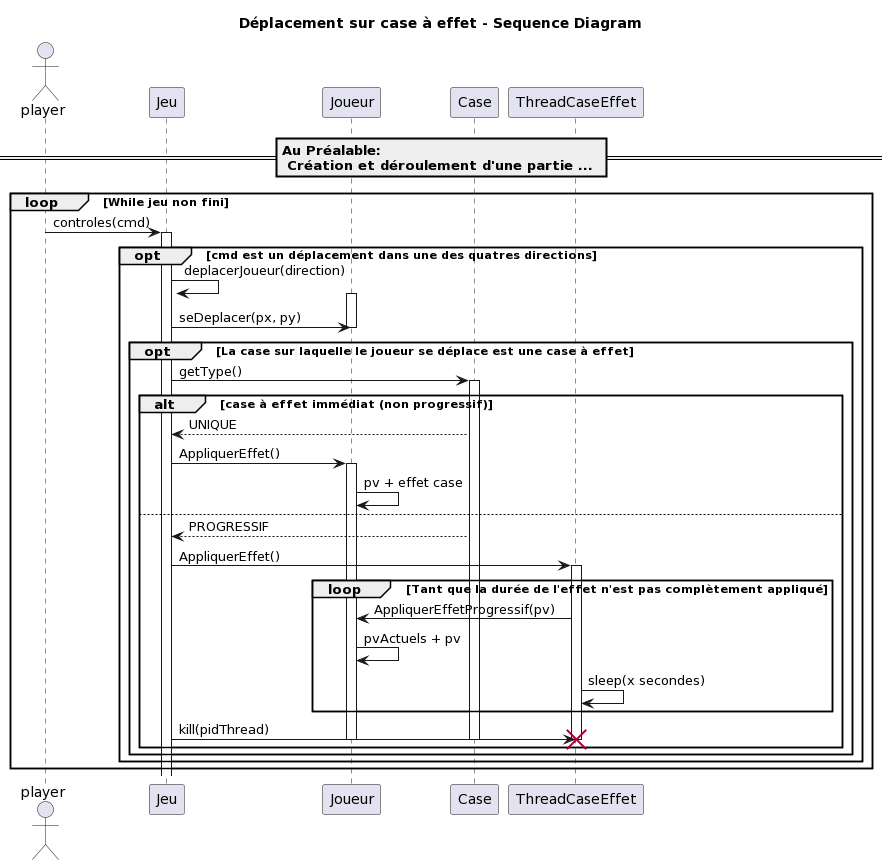
This is documents/sprint_1/diagramme_sequence/diagramme_déplacement_case_effet.png from rzepka2u/ACL_daedalus, a PlantUML export, as it was before one commit.
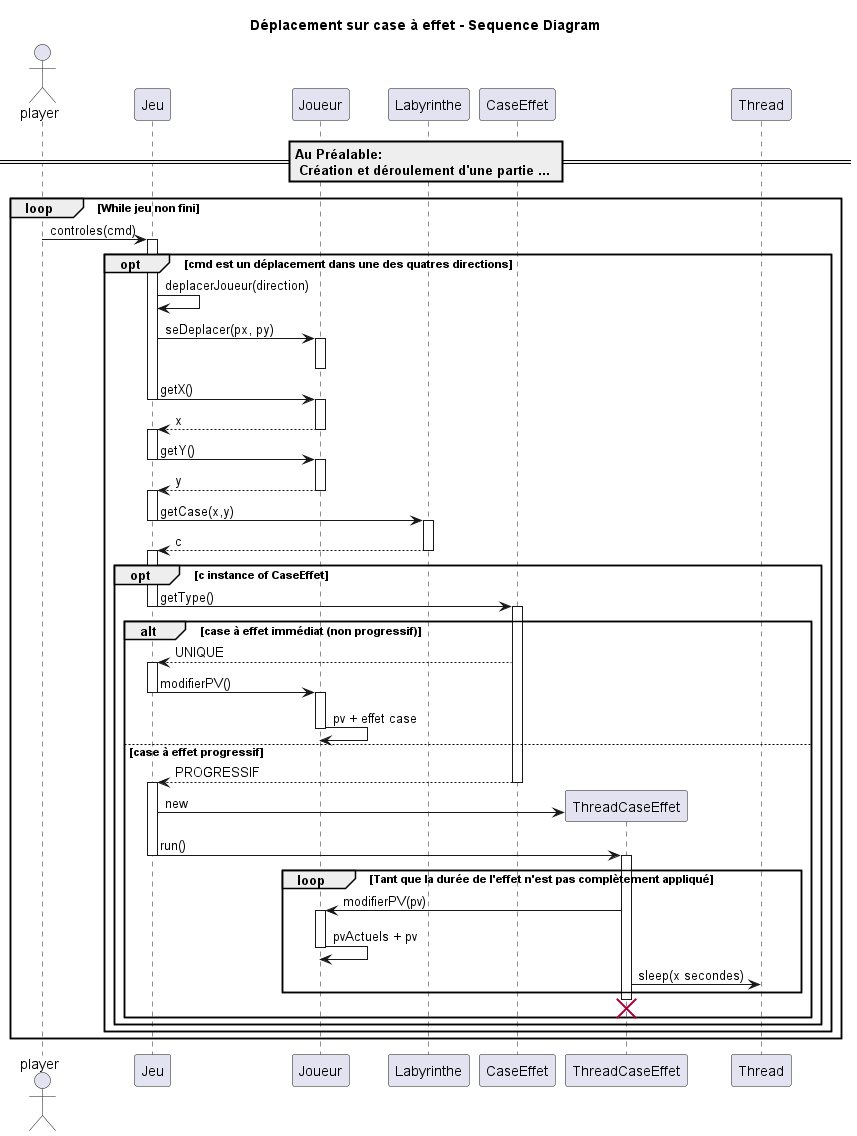
After the commit.

Commit message:
Correction diagramme séquence case à effets

What changed in the source:
```diff
@@ -8,29 +8,55 @@
 	opt cmd est un déplacement dans une des quatres directions
 		activate Jeu
 		Jeu -> Jeu : deplacerJoueur(direction)
-		activate Joueur
                 Jeu -> Joueur : seDeplacer(px, py)
+                activate Joueur
                 deactivate Joueur
-		opt La case sur laquelle le joueur se déplace est une case à effet
-                        Jeu -> Case : getType()
-                        activate Case
+                Jeu -> Joueur: getX()
+                deactivate Jeu
+                activate Joueur
+                Jeu <-- Joueur: x
+                deactivate Joueur
+                activate Jeu
+                Jeu -> Joueur: getY()
+                deactivate Jeu
+                activate Joueur
+                Jeu <-- Joueur: y
+                deactivate Joueur
+                activate Jeu
+                Jeu -> Labyrinthe: getCase(x,y)
+                deactivate Jeu
+                activate Labyrinthe
+                Jeu <-- Labyrinthe: c
+                deactivate Labyrinthe
+                activate Jeu
+		opt c instance of CaseEffet
+                        Jeu -> CaseEffet : getType()
+                        deactivate Jeu
+                        activate CaseEffet
                         alt case à effet immédiat (non progressif)
-				Case --> Jeu : UNIQUE
-                                Jeu -> Joueur : AppliquerEffet()
+				CaseEffet --> Jeu : UNIQUE
+                                activate Jeu
+                                Jeu -> Joueur : modifierPV()
+                                deactivate Jeu
                                 activate Joueur
                                 Joueur -> Joueur : pv + effet case
-			else
-				Case --> Jeu : PROGRESSIF
-                                Jeu -> ThreadCaseEffet : AppliquerEffet()
+                                deactivate Joueur
+			else case à effet progressif
+				CaseEffet --> Jeu : PROGRESSIF
+                                deactivate CaseEffet
+                                activate Jeu
+                                create ThreadCaseEffet
+                                Jeu -> ThreadCaseEffet: new
+                                Jeu -> ThreadCaseEffet : run()
+                                deactivate Jeu
                                 activate ThreadCaseEffet
                                 loop Tant que la durée de l'effet n'est pas complètement appliqué
-                                      ThreadCaseEffet -> Joueur : AppliquerEffetProgressif(pv)
+                                      ThreadCaseEffet -> Joueur : modifierPV(pv)
+                                      activate Joueur
                                       Joueur -> Joueur : pvActuels + pv
-                                      ThreadCaseEffet -> ThreadCaseEffet : sleep(x secondes)
+                                      deactivate Joueur
+                                      ThreadCaseEffet -> Thread : sleep(x secondes)
                                 end
-				Jeu -> ThreadCaseEffet : kill(pidThread)
-				deactivate Joueur
-                                deactivate Case
 				destroy ThreadCaseEffet
 			end
 		end
```
